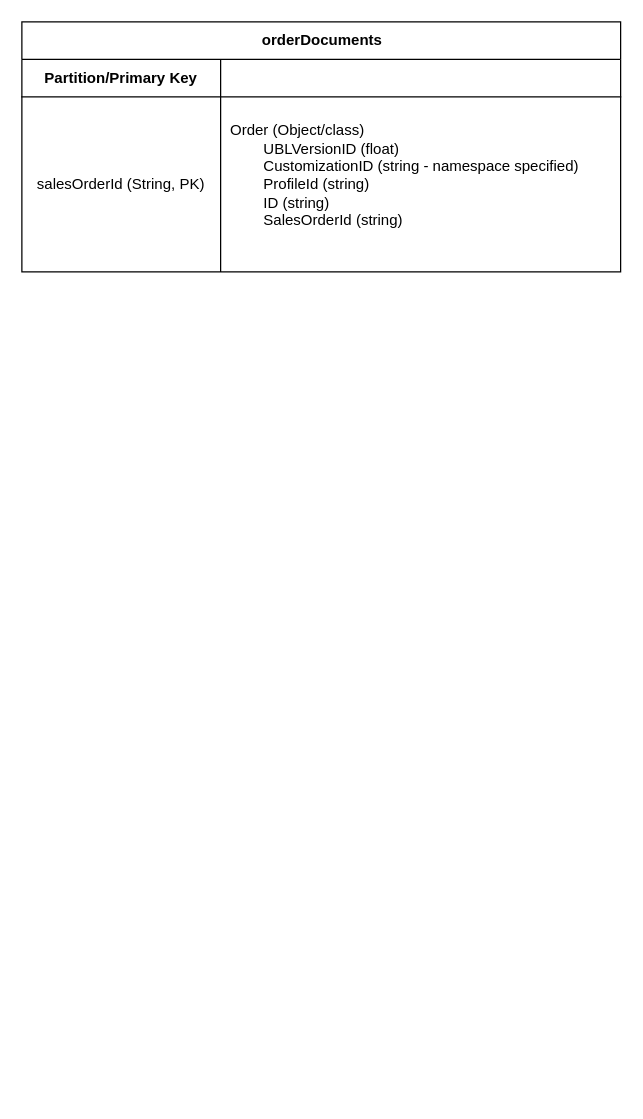
Before: Untitled Diagram.drawio in Boost-T09A-Seng2021-25T1/despatch-advice, a draw.io diagram. Source tidied: cells renumbered, new cells numbered last; positions are measured from the earlier drawing's top-left corner, leaving out a move shared by most shapes. Both pictures are drawn from the tidied source at 125%, with x=0, y=0 at pixel (21, 21).
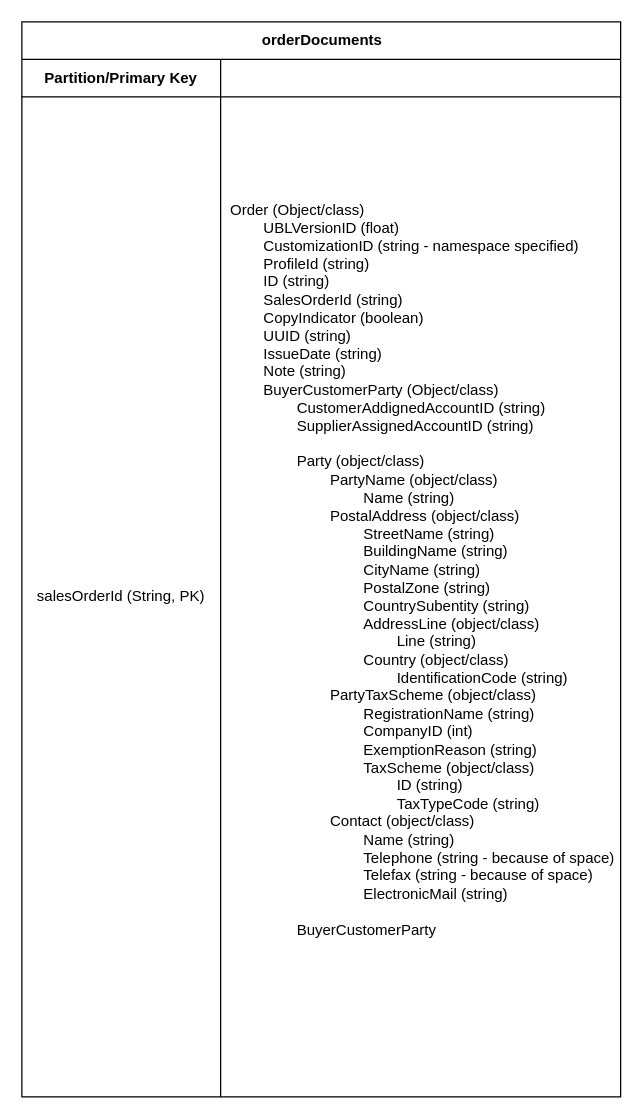
Above is the later version.

The edit, as a diff of the source:
```diff
@@
 <mxGraphModel>
   <root>
     <mxCell id="0" />
     <mxCell id="1" parent="0" />
     <mxCell id="2" value="orderDocuments" style="shape=table;startSize=30;childLayout=tableLayout;rowLines=0;fontStyle=1;align=center;html=1;" parent="1" vertex="1">
-      <mxGeometry width="479" height="200" as="geometry" />
+      <mxGeometry width="479" height="860" as="geometry" />
     </mxCell>
     <mxCell id="3" style="shape=tableRow;horizontal=0;startSize=0;swimlaneHead=0;swimlaneBody=0;fillColor=none;top=0;left=0;right=0;bottom=1;" parent="2" vertex="1">
       <mxGeometry y="30" width="479" height="30" as="geometry" />
     </mxCell>
     <mxCell id="4" value="Partition/Primary Key" style="shape=partialRectangle;fillColor=none;top=0;left=0;bottom=0;right=0;fontStyle=1;overflow=hidden;whiteSpace=wrap;html=1;" parent="3" vertex="1">
       <mxGeometry width="159" height="30" as="geometry" />
     </mxCell>
     <mxCell id="5" style="shape=partialRectangle;fillColor=none;top=0;left=0;bottom=0;right=0;align=left;spacingLeft=6;fontStyle=5;overflow=hidden;whiteSpace=wrap;html=1;" parent="3" vertex="1">
       <mxGeometry x="159" width="320" height="30" as="geometry" />
     </mxCell>
     <mxCell id="6" style="shape=tableRow;horizontal=0;startSize=0;swimlaneHead=0;swimlaneBody=0;fillColor=none;top=0;left=0;right=0;bottom=0;" parent="2" vertex="1">
-      <mxGeometry y="60" width="479" height="140" as="geometry" />
+      <mxGeometry y="60" width="479" height="800" as="geometry" />
     </mxCell>
     <mxCell id="7" value="salesOrderId (String, PK)" style="shape=partialRectangle;fillColor=none;top=0;left=0;bottom=0;right=0;overflow=hidden;whiteSpace=wrap;html=1;" parent="6" vertex="1">
-      <mxGeometry width="159" height="140" as="geometry" />
+      <mxGeometry width="159" height="800" as="geometry" />
     </mxCell>
-    <mxCell id="8" value="&lt;div&gt;Order (Object/class)&lt;/div&gt;&lt;span style=&quot;white-space: pre;&quot;&gt;&#9;&lt;/span&gt;UBLVersionID (float)&lt;div&gt;&lt;div&gt;&lt;span style=&quot;white-space: pre;&quot;&gt;&#9;&lt;/span&gt;CustomizationID (string - namespace specified)&lt;br&gt;&lt;/div&gt;&lt;div&gt;&lt;span style=&quot;white-space: pre;&quot;&gt;&#9;&lt;/span&gt;ProfileId (string)&lt;br&gt;&lt;/div&gt;&lt;div&gt;&lt;span style=&quot;white-space: pre;&quot;&gt;&#9;&lt;/span&gt;ID (string)&lt;br&gt;&lt;/div&gt;&lt;div&gt;&lt;span style=&quot;white-space: pre;&quot;&gt;&#9;&lt;/span&gt;SalesOrderId (string)&lt;br&gt;&lt;/div&gt;&lt;div&gt;&lt;br&gt;&lt;/div&gt;&lt;/div&gt;" style="shape=partialRectangle;fillColor=none;top=0;left=0;bottom=0;right=0;align=left;spacingLeft=6;overflow=hidden;whiteSpace=wrap;html=1;" parent="6" vertex="1">
-      <mxGeometry x="159" width="320" height="140" as="geometry" />
+    <mxCell id="8" value="&lt;div&gt;Order (Object/class)&lt;/div&gt;&lt;span style=&quot;white-space: pre;&quot;&gt;&#9;&lt;/span&gt;UBLVersionID (float)&lt;div&gt;&lt;div&gt;&lt;span style=&quot;white-space: pre;&quot;&gt;&#9;&lt;/span&gt;CustomizationID (string - namespace specified)&lt;br&gt;&lt;/div&gt;&lt;div&gt;&lt;span style=&quot;white-space: pre;&quot;&gt;&#9;&lt;/span&gt;ProfileId (string)&lt;br&gt;&lt;/div&gt;&lt;div&gt;&lt;span style=&quot;white-space: pre;&quot;&gt;&#9;&lt;/span&gt;ID (string)&lt;br&gt;&lt;/div&gt;&lt;div&gt;&lt;span style=&quot;white-space: pre;&quot;&gt;&#9;&lt;/span&gt;SalesOrderId (string)&lt;br&gt;&lt;/div&gt;&lt;div&gt;&lt;span style=&quot;white-space: pre;&quot;&gt;&#9;&lt;/span&gt;CopyIndicator (boolean)&lt;br&gt;&lt;/div&gt;&lt;div&gt;&lt;span style=&quot;white-space: pre;&quot;&gt;&#9;&lt;/span&gt;UUID (string)&lt;br&gt;&lt;/div&gt;&lt;div&gt;&lt;span style=&quot;white-space: pre;&quot;&gt;&#9;&lt;/span&gt;IssueDate (string)&lt;br&gt;&lt;/div&gt;&lt;div&gt;&lt;span style=&quot;white-space: pre;&quot;&gt;&#9;&lt;/span&gt;Note (string)&lt;br&gt;&lt;/div&gt;&lt;div&gt;&lt;span style=&quot;white-space: pre;&quot;&gt;&#9;&lt;/span&gt;BuyerCustomerParty (Object/class)&lt;br&gt;&lt;/div&gt;&lt;div&gt;&lt;span style=&quot;white-space: pre;&quot;&gt;&#9;&lt;/span&gt;&lt;span style=&quot;white-space: pre;&quot;&gt;&#9;&lt;/span&gt;CustomerAddignedAccountID (string)&lt;br&gt;&lt;/div&gt;&lt;div&gt;&lt;span style=&quot;white-space: pre;&quot;&gt;&#9;&lt;/span&gt;&lt;span style=&quot;white-space: pre;&quot;&gt;&#9;&lt;/span&gt;SupplierAssignedAccountID (string)&lt;br&gt;&lt;/div&gt;&lt;div&gt;&lt;br&gt;&lt;/div&gt;&lt;div&gt;&lt;span style=&quot;white-space: pre;&quot;&gt;&#9;&lt;/span&gt;&lt;span style=&quot;white-space: pre;&quot;&gt;&#9;&lt;/span&gt;Party (object/class)&lt;br&gt;&lt;/div&gt;&lt;div&gt;&lt;span style=&quot;white-space: pre;&quot;&gt;&#9;&lt;/span&gt;&lt;span style=&quot;white-space: pre;&quot;&gt;&#9;&lt;/span&gt;&lt;span style=&quot;white-space: pre;&quot;&gt;&#9;&lt;/span&gt;PartyName (object/class)&lt;br&gt;&lt;/div&gt;&lt;div&gt;&lt;span style=&quot;white-space: pre;&quot;&gt;&#9;&lt;/span&gt;&lt;span style=&quot;white-space: pre;&quot;&gt;&#9;&lt;/span&gt;&lt;span style=&quot;white-space: pre;&quot;&gt;&#9;&lt;/span&gt;&lt;span style=&quot;white-space: pre;&quot;&gt;&#9;&lt;/span&gt;Name (string)&lt;br&gt;&lt;/div&gt;&lt;div&gt;&lt;span style=&quot;white-space: pre;&quot;&gt;&#9;&lt;/span&gt;&lt;span style=&quot;white-space: pre;&quot;&gt;&#9;&lt;/span&gt;&lt;span style=&quot;white-space: pre;&quot;&gt;&#9;&lt;/span&gt;PostalAddress (object/class)&lt;br&gt;&lt;/div&gt;&lt;div&gt;&lt;span style=&quot;white-space: pre;&quot;&gt;&#9;&lt;/span&gt;&lt;span style=&quot;white-space: pre;&quot;&gt;&#9;&lt;/span&gt;&lt;span style=&quot;white-space: pre;&quot;&gt;&#9;&lt;/span&gt;&lt;span style=&quot;white-space: pre;&quot;&gt;&#9;&lt;/span&gt;StreetName (string)&lt;br&gt;&lt;/div&gt;&lt;div&gt;&lt;span style=&quot;white-space: pre;&quot;&gt;&#9;&lt;/span&gt;&lt;span style=&quot;white-space: pre;&quot;&gt;&#9;&lt;/span&gt;&lt;span style=&quot;white-space: pre;&quot;&gt;&#9;&lt;/span&gt;&lt;span style=&quot;white-space: pre;&quot;&gt;&#9;&lt;/span&gt;BuildingName (string)&lt;br&gt;&lt;/div&gt;&lt;div&gt;&lt;span style=&quot;white-space: pre;&quot;&gt;&#9;&lt;/span&gt;&lt;span style=&quot;white-space: pre;&quot;&gt;&#9;&lt;/span&gt;&lt;span style=&quot;white-space: pre;&quot;&gt;&#9;&lt;/span&gt;&lt;span style=&quot;white-space: pre;&quot;&gt;&#9;&lt;/span&gt;CityName (string)&lt;br&gt;&lt;/div&gt;&lt;div&gt;&lt;span style=&quot;white-space: pre;&quot;&gt;&#9;&lt;/span&gt;&lt;span style=&quot;white-space: pre;&quot;&gt;&#9;&lt;/span&gt;&lt;span style=&quot;white-space: pre;&quot;&gt;&#9;&lt;/span&gt;&lt;span style=&quot;white-space: pre;&quot;&gt;&#9;&lt;/span&gt;PostalZone (string)&lt;br&gt;&lt;/div&gt;&lt;div&gt;&lt;span style=&quot;white-space: pre;&quot;&gt;&#9;&lt;/span&gt;&lt;span style=&quot;white-space: pre;&quot;&gt;&#9;&lt;/span&gt;&lt;span style=&quot;white-space: pre;&quot;&gt;&#9;&lt;/span&gt;&lt;span style=&quot;white-space: pre;&quot;&gt;&#9;&lt;/span&gt;CountrySubentity (string)&lt;br&gt;&lt;/div&gt;&lt;div&gt;&lt;span style=&quot;white-space: pre;&quot;&gt;&#9;&lt;/span&gt;&lt;span style=&quot;white-space: pre;&quot;&gt;&#9;&lt;/span&gt;&lt;span style=&quot;white-space: pre;&quot;&gt;&#9;&lt;/span&gt;&lt;span style=&quot;white-space: pre;&quot;&gt;&#9;&lt;/span&gt;AddressLine (object/class)&lt;br&gt;&lt;/div&gt;&lt;div&gt;&lt;span style=&quot;white-space: pre;&quot;&gt;&#9;&lt;/span&gt;&lt;span style=&quot;white-space: pre;&quot;&gt;&#9;&lt;/span&gt;&lt;span style=&quot;white-space: pre;&quot;&gt;&#9;&lt;/span&gt;&lt;span style=&quot;white-space: pre;&quot;&gt;&#9;&lt;/span&gt;&lt;span style=&quot;white-space: pre;&quot;&gt;&#9;&lt;/span&gt;Line (string)&lt;br&gt;&lt;/div&gt;&lt;div&gt;&lt;span style=&quot;white-space: pre;&quot;&gt;&#9;&lt;/span&gt;&lt;span style=&quot;white-space: pre;&quot;&gt;&#9;&lt;/span&gt;&lt;span style=&quot;white-space: pre;&quot;&gt;&#9;&lt;/span&gt;&lt;span style=&quot;white-space: pre;&quot;&gt;&#9;&lt;/span&gt;Country (object/class)&lt;br&gt;&lt;/div&gt;&lt;div&gt;&lt;span style=&quot;white-space: pre;&quot;&gt;&#9;&lt;/span&gt;&lt;span style=&quot;white-space: pre;&quot;&gt;&#9;&lt;/span&gt;&lt;span style=&quot;white-space: pre;&quot;&gt;&#9;&lt;/span&gt;&lt;span style=&quot;white-space: pre;&quot;&gt;&#9;&lt;/span&gt;&lt;span style=&quot;white-space: pre;&quot;&gt;&#9;&lt;/span&gt;IdentificationCode (string)&lt;br&gt;&lt;/div&gt;&lt;div&gt;&lt;span style=&quot;white-space: pre;&quot;&gt;&#9;&lt;/span&gt;&lt;span style=&quot;white-space: pre;&quot;&gt;&#9;&lt;/span&gt;&lt;span style=&quot;white-space: pre;&quot;&gt;&#9;&lt;/span&gt;PartyTaxScheme (object/class)&lt;br&gt;&lt;/div&gt;&lt;div&gt;&lt;span style=&quot;white-space: pre;&quot;&gt;&#9;&lt;/span&gt;&lt;span style=&quot;white-space: pre;&quot;&gt;&#9;&lt;/span&gt;&lt;span style=&quot;white-space: pre;&quot;&gt;&#9;&lt;/span&gt;&lt;span style=&quot;white-space: pre;&quot;&gt;&#9;&lt;/span&gt;RegistrationName (string)&lt;br&gt;&lt;/div&gt;&lt;div&gt;&lt;span style=&quot;white-space: pre;&quot;&gt;&#9;&lt;/span&gt;&lt;span style=&quot;white-space: pre;&quot;&gt;&#9;&lt;/span&gt;&lt;span style=&quot;white-space: pre;&quot;&gt;&#9;&lt;/span&gt;&lt;span style=&quot;white-space: pre;&quot;&gt;&#9;&lt;/span&gt;CompanyID (int)&lt;br&gt;&lt;/div&gt;&lt;div&gt;&lt;span style=&quot;white-space: pre;&quot;&gt;&#9;&lt;/span&gt;&lt;span style=&quot;white-space: pre;&quot;&gt;&#9;&lt;/span&gt;&lt;span style=&quot;white-space: pre;&quot;&gt;&#9;&lt;/span&gt;&lt;span style=&quot;white-space: pre;&quot;&gt;&#9;&lt;/span&gt;ExemptionReason (string)&lt;br&gt;&lt;/div&gt;&lt;div&gt;&lt;span style=&quot;white-space: pre;&quot;&gt;&#9;&lt;/span&gt;&lt;span style=&quot;white-space: pre;&quot;&gt;&#9;&lt;/span&gt;&lt;span style=&quot;white-space: pre;&quot;&gt;&#9;&lt;/span&gt;&lt;span style=&quot;white-space: pre;&quot;&gt;&#9;&lt;/span&gt;TaxScheme (object/class)&lt;br&gt;&lt;/div&gt;&lt;div&gt;&lt;span style=&quot;white-space: pre;&quot;&gt;&#9;&lt;/span&gt;&lt;span style=&quot;white-space: pre;&quot;&gt;&#9;&lt;/span&gt;&lt;span style=&quot;white-space: pre;&quot;&gt;&#9;&lt;/span&gt;&lt;span style=&quot;white-space: pre;&quot;&gt;&#9;&lt;/span&gt;&lt;span style=&quot;white-space: pre;&quot;&gt;&#9;&lt;/span&gt;ID (string)&lt;br&gt;&lt;/div&gt;&lt;div&gt;&lt;span style=&quot;white-space: pre;&quot;&gt;&#9;&lt;/span&gt;&lt;span style=&quot;white-space: pre;&quot;&gt;&#9;&lt;/span&gt;&lt;span style=&quot;white-space: pre;&quot;&gt;&#9;&lt;/span&gt;&lt;span style=&quot;white-space: pre;&quot;&gt;&#9;&lt;/span&gt;&lt;span style=&quot;white-space: pre;&quot;&gt;&#9;&lt;/span&gt;TaxTypeCode (string)&lt;br&gt;&lt;/div&gt;&lt;div&gt;&lt;span style=&quot;white-space: pre;&quot;&gt;&#9;&lt;/span&gt;&lt;span style=&quot;white-space: pre;&quot;&gt;&#9;&lt;/span&gt;&lt;span style=&quot;white-space: pre;&quot;&gt;&#9;&lt;/span&gt;Contact (object/class)&lt;br&gt;&lt;/div&gt;&lt;div&gt;&lt;span style=&quot;white-space: pre;&quot;&gt;&#9;&lt;/span&gt;&lt;span style=&quot;white-space: pre;&quot;&gt;&#9;&lt;/span&gt;&lt;span style=&quot;white-space: pre;&quot;&gt;&#9;&lt;/span&gt;&lt;span style=&quot;white-space: pre;&quot;&gt;&#9;&lt;/span&gt;Name (string)&lt;br&gt;&lt;/div&gt;&lt;div&gt;&lt;span style=&quot;white-space: pre;&quot;&gt;&#9;&lt;/span&gt;&lt;span style=&quot;white-space: pre;&quot;&gt;&#9;&lt;/span&gt;&lt;span style=&quot;white-space: pre;&quot;&gt;&#9;&lt;/span&gt;&lt;span style=&quot;white-space: pre;&quot;&gt;&#9;&lt;/span&gt;Telephone (string - because of space)&lt;br&gt;&lt;/div&gt;&lt;div&gt;&lt;span style=&quot;white-space: pre;&quot;&gt;&#9;&lt;/span&gt;&lt;span style=&quot;white-space: pre;&quot;&gt;&#9;&lt;/span&gt;&lt;span style=&quot;white-space: pre;&quot;&gt;&#9;&lt;/span&gt;&lt;span style=&quot;white-space: pre;&quot;&gt;&#9;&lt;/span&gt;Telefax (string - because of space)&lt;br&gt;&lt;/div&gt;&lt;div&gt;&lt;span style=&quot;white-space: pre;&quot;&gt;&#9;&lt;/span&gt;&lt;span style=&quot;white-space: pre;&quot;&gt;&#9;&lt;/span&gt;&lt;span style=&quot;white-space: pre;&quot;&gt;&#9;&lt;/span&gt;&lt;span style=&quot;white-space: pre;&quot;&gt;&#9;&lt;/span&gt;ElectronicMail (string)&lt;br&gt;&lt;/div&gt;&lt;div&gt;&lt;br&gt;&lt;/div&gt;&lt;div&gt;&lt;span style=&quot;white-space: pre;&quot;&gt;&#9;&lt;/span&gt;&lt;span style=&quot;white-space: pre;&quot;&gt;&#9;&lt;/span&gt;BuyerCustomerParty&lt;br&gt;&lt;/div&gt;&lt;div&gt;&lt;span style=&quot;white-space: pre;&quot;&gt;&#9;&lt;/span&gt;&lt;span style=&quot;white-space: pre;&quot;&gt;&#9;&lt;/span&gt;&lt;span style=&quot;white-space: pre;&quot;&gt;&#9;&lt;/span&gt;&lt;span style=&quot;white-space: pre;&quot;&gt;&#9;&lt;/span&gt;&lt;br&gt;&lt;/div&gt;&lt;div&gt;&lt;span style=&quot;white-space: pre;&quot;&gt;&#9;&lt;/span&gt;&lt;span style=&quot;white-space: pre;&quot;&gt;&#9;&lt;/span&gt;&lt;span style=&quot;white-space: pre;&quot;&gt;&#9;&lt;/span&gt;&lt;br&gt;&lt;/div&gt;&lt;div&gt;&lt;br&gt;&lt;/div&gt;&lt;/div&gt;" style="shape=partialRectangle;fillColor=none;top=0;left=0;bottom=0;right=0;align=left;spacingLeft=6;overflow=hidden;whiteSpace=wrap;html=1;" parent="6" vertex="1">
+      <mxGeometry x="159" width="320" height="800" as="geometry" />
     </mxCell>
   </root>
 </mxGraphModel>
```
